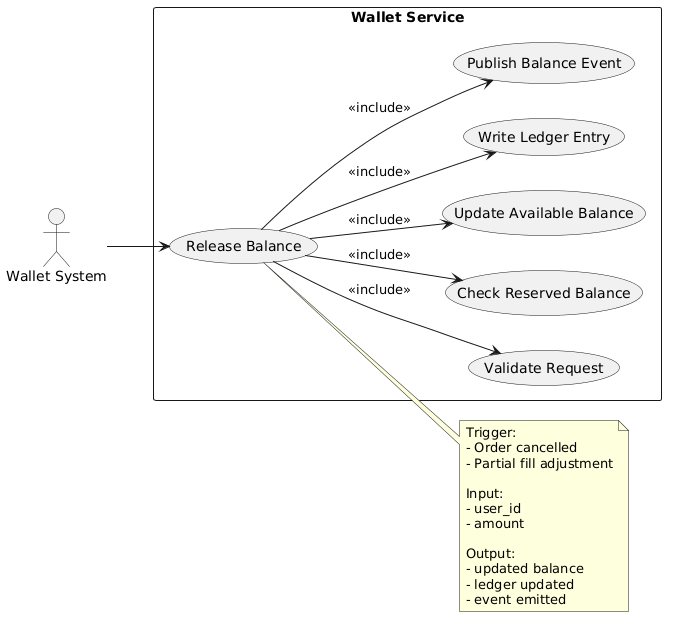
This is docs/use-cases/wallet/release-balance.png from wangtianyi2201/Mynance, a PlantUML export, as it was before one commit.
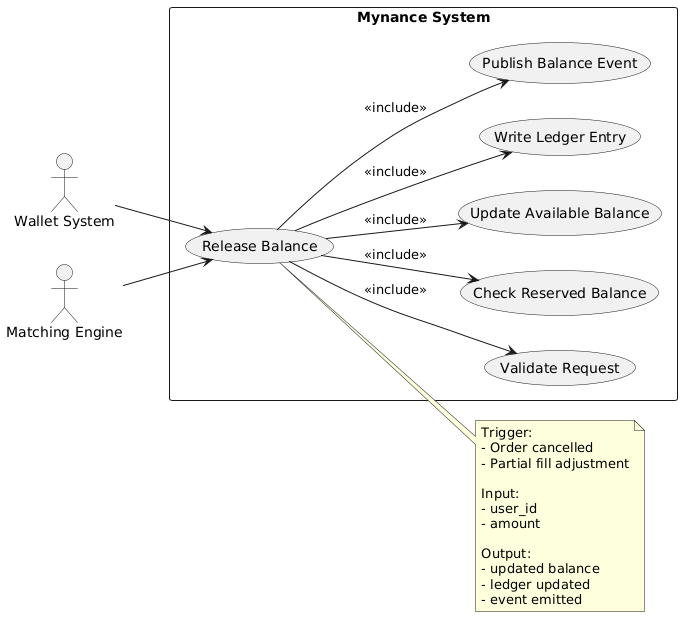
Later version of the same file.

Commit message:
upd release-balance uc diag

Change to the diagram source:
```diff
@@ -2,9 +2,9 @@
 left to right direction
 
 actor "Wallet System" as WS
+actor "Matching Engine" as ME
 
-
-rectangle "Wallet Service" {
+rectangle "Mynance System" {
 
     usecase "Release Balance" as RLB
 
@@ -15,6 +15,7 @@
     usecase "Publish Balance Event" as PBE
 }
 
+ME --> RLB
 WS --> RLB
 
 RLB --> VR : <<include>>
```
